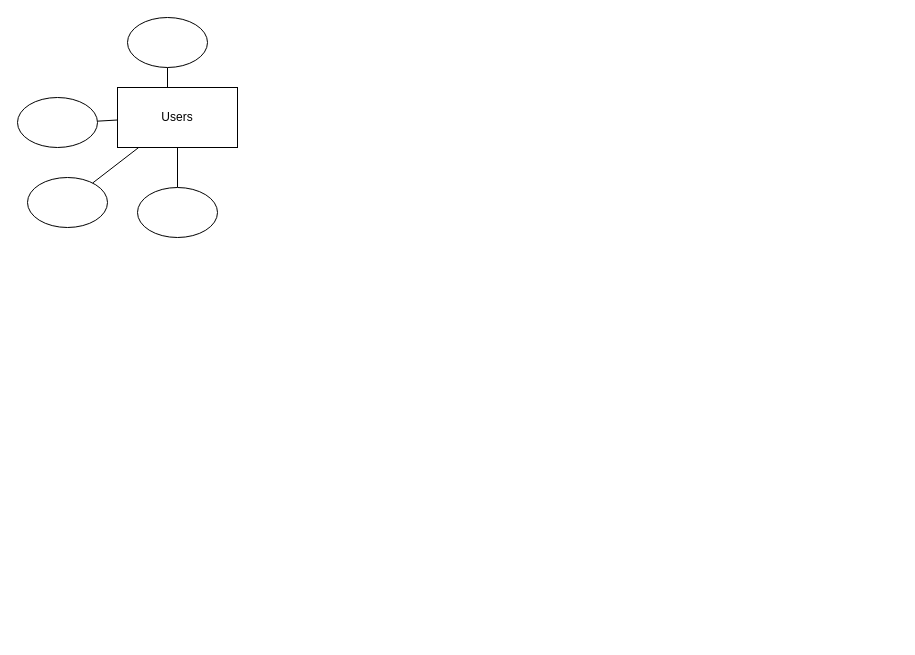
Earlier version of the draw.io diagram ERdiagram.drawio (5531CGASystem/CGA). Source tidied: cells renumbered, new cells numbered last; positions are measured from the earlier drawing's top-left corner, leaving out a move shared by most shapes. Both pictures are drawn from the tidied source at 100%, with x=0, y=0 at pixel (17, 17).
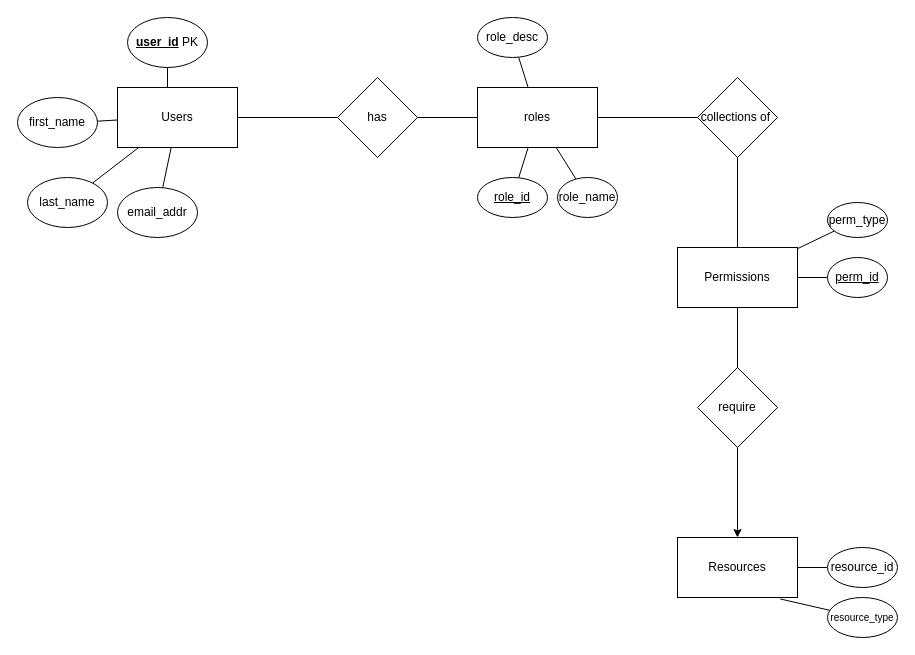
Above is the later version.

Commit message:
added roles and permission

Unchanged cells that the change refers to:
```xml
<mxCell id="3" value="Users" style="rounded=0;whiteSpace=wrap;html=1;" parent="1" vertex="1">
  <mxGeometry x="100" y="70" width="120" height="60" as="geometry" />
</mxCell>
```

Change to the diagram source:
```diff
@@
+    <mxCell id="11" style="edgeStyle=none;rounded=0;jettySize=auto;html=1;endArrow=none;endFill=0;" parent="1" edge="1" source="3" target="13">
+      <mxGeometry relative="1" as="geometry" />
+    </mxCell>
@@
-    <mxCell id="5" style="ellipse;whiteSpace=wrap;html=1;" parent="1" vertex="1">
+    <mxCell id="5" value="first_name" style="ellipse;whiteSpace=wrap;html=1;" parent="1" vertex="1">
       <mxGeometry y="80" width="80" height="50" as="geometry" />
     </mxCell>
@@
-    <mxCell id="7" style="ellipse;whiteSpace=wrap;html=1;" parent="1" vertex="1">
+    <mxCell id="7" value="&lt;b&gt;&lt;u&gt;user_id&lt;/u&gt;&lt;/b&gt; PK" style="ellipse;whiteSpace=wrap;html=1;" parent="1" vertex="1">
       <mxGeometry x="110" width="80" height="50" as="geometry" />
     </mxCell>
@@
-    <mxCell id="9" style="ellipse;whiteSpace=wrap;html=1;" parent="1" vertex="1">
+    <mxCell id="9" value="last_name" style="ellipse;whiteSpace=wrap;html=1;" parent="1" vertex="1">
       <mxGeometry x="10" y="160" width="80" height="50" as="geometry" />
     </mxCell>
-    <mxCell id="10" style="ellipse;whiteSpace=wrap;html=1;" parent="1" vertex="1">
-      <mxGeometry x="120" y="170" width="80" height="50" as="geometry" />
+    <mxCell id="10" value="email_addr" style="ellipse;whiteSpace=wrap;html=1;" parent="1" vertex="1">
+      <mxGeometry x="100" y="170" width="80" height="50" as="geometry" />
     </mxCell>
+    <mxCell id="12" style="edgeStyle=none;rounded=0;jettySize=auto;html=1;endArrow=none;endFill=0;" parent="1" edge="1" source="13" target="18">
+      <mxGeometry relative="1" as="geometry" />
+    </mxCell>
+    <mxCell id="13" value="has" style="rhombus;whiteSpace=wrap;html=1;rounded=0;" parent="1" vertex="1">
+      <mxGeometry x="320" y="60" width="80" height="80" as="geometry" />
+    </mxCell>
+    <mxCell id="14" style="edgeStyle=none;rounded=0;jettySize=auto;html=1;endArrow=none;endFill=0;" parent="1" edge="1" source="18" target="19">
+      <mxGeometry relative="1" as="geometry" />
+    </mxCell>
+    <mxCell id="15" style="edgeStyle=none;rounded=0;jettySize=auto;html=1;endArrow=none;endFill=0;" parent="1" edge="1" source="18" target="20">
+      <mxGeometry relative="1" as="geometry" />
+    </mxCell>
+    <mxCell id="16" style="edgeStyle=none;rounded=0;jettySize=auto;html=1;endArrow=none;endFill=0;" parent="1" edge="1" source="18" target="21">
+      <mxGeometry relative="1" as="geometry" />
+    </mxCell>
+    <mxCell id="17" style="edgeStyle=none;rounded=0;jettySize=auto;html=1;endArrow=none;endFill=0;" parent="1" edge="1" source="18" target="23">
+      <mxGeometry relative="1" as="geometry" />
+    </mxCell>
+    <mxCell id="18" value="roles" style="whiteSpace=wrap;html=1;rounded=0;" parent="1" vertex="1">
+      <mxGeometry x="460" y="70" width="120" height="60" as="geometry" />
+    </mxCell>
+    <mxCell id="19" value="&lt;u&gt;role_id&lt;/u&gt;" style="ellipse;whiteSpace=wrap;html=1;rounded=0;" parent="1" vertex="1">
+      <mxGeometry x="460" y="160" width="70" height="40" as="geometry" />
+    </mxCell>
+    <mxCell id="20" value="role_name" style="ellipse;whiteSpace=wrap;html=1;rounded=0;" parent="1" vertex="1">
+      <mxGeometry x="540" y="160" width="60" height="40" as="geometry" />
+    </mxCell>
+    <mxCell id="21" value="role_desc" style="ellipse;whiteSpace=wrap;html=1;rounded=0;" parent="1" vertex="1">
+      <mxGeometry x="460" width="70" height="40" as="geometry" />
+    </mxCell>
+    <mxCell id="22" style="edgeStyle=none;rounded=0;jettySize=auto;html=1;endArrow=none;endFill=0;" parent="1" edge="1" source="23" target="27">
+      <mxGeometry relative="1" as="geometry" />
+    </mxCell>
+    <mxCell id="23" value="collections of&amp;nbsp;" style="rhombus;whiteSpace=wrap;html=1;rounded=0;" parent="1" vertex="1">
+      <mxGeometry x="680" y="60" width="80" height="80" as="geometry" />
+    </mxCell>
+    <mxCell id="24" style="edgeStyle=none;rounded=0;jettySize=auto;html=1;endArrow=none;endFill=0;" parent="1" edge="1" source="27" target="29">
+      <mxGeometry relative="1" as="geometry" />
+    </mxCell>
+    <mxCell id="25" style="edgeStyle=none;rounded=0;jettySize=auto;html=1;endArrow=none;endFill=0;" parent="1" edge="1" source="27" target="32">
+      <mxGeometry relative="1" as="geometry" />
+    </mxCell>
+    <mxCell id="26" style="edgeStyle=none;rounded=0;jettySize=auto;html=1;endArrow=none;endFill=0;" parent="1" edge="1" source="27" target="33">
+      <mxGeometry relative="1" as="geometry" />
+    </mxCell>
+    <mxCell id="27" value="Permissions" style="whiteSpace=wrap;html=1;rounded=0;" parent="1" vertex="1">
+      <mxGeometry x="660" y="230" width="120" height="60" as="geometry" />
+    </mxCell>
+    <mxCell id="28" style="edgeStyle=none;rounded=0;jettySize=auto;html=1;endArrow=classic;endFill=1;" parent="1" edge="1" source="29" target="31">
+      <mxGeometry relative="1" as="geometry" />
+    </mxCell>
+    <mxCell id="29" value="require" style="rhombus;whiteSpace=wrap;html=1;rounded=0;" parent="1" vertex="1">
+      <mxGeometry x="680" y="350" width="80" height="80" as="geometry" />
+    </mxCell>
+    <mxCell id="30" style="edgeStyle=none;rounded=0;jettySize=auto;html=1;endArrow=none;endFill=0;" parent="1" edge="1" source="31" target="34">
+      <mxGeometry relative="1" as="geometry" />
+    </mxCell>
+    <mxCell id="31" value="Resources" style="whiteSpace=wrap;html=1;rounded=0;" parent="1" vertex="1">
+      <mxGeometry x="660" y="520" width="120" height="60" as="geometry" />
+    </mxCell>
+    <mxCell id="32" value="&lt;u&gt;perm_id&lt;/u&gt;" style="ellipse;whiteSpace=wrap;html=1;rounded=0;" parent="1" vertex="1">
+      <mxGeometry x="810" y="240" width="60" height="40" as="geometry" />
+    </mxCell>
+    <mxCell id="33" value="perm_type" style="ellipse;whiteSpace=wrap;html=1;rounded=0;" parent="1" vertex="1">
+      <mxGeometry x="810" y="185" width="60" height="35" as="geometry" />
+    </mxCell>
+    <mxCell id="34" value="resource_id" style="ellipse;whiteSpace=wrap;html=1;rounded=0;" parent="1" vertex="1">
+      <mxGeometry x="810" y="530" width="70" height="40" as="geometry" />
+    </mxCell>
+    <mxCell id="35" style="edgeStyle=none;rounded=0;jettySize=auto;html=1;endArrow=none;endFill=0;exitX=0.856;exitY=1.024;exitDx=0;exitDy=0;exitPerimeter=0;" parent="1" edge="1" source="31" target="36">
+      <mxGeometry relative="1" as="geometry" />
+    </mxCell>
+    <mxCell id="36" value="&lt;font style=&quot;font-size: 10px&quot;&gt;resource_type&lt;/font&gt;" style="ellipse;whiteSpace=wrap;html=1;rounded=0;" parent="1" vertex="1">
+      <mxGeometry x="810" y="580" width="70" height="40" as="geometry" />
+    </mxCell>
```
